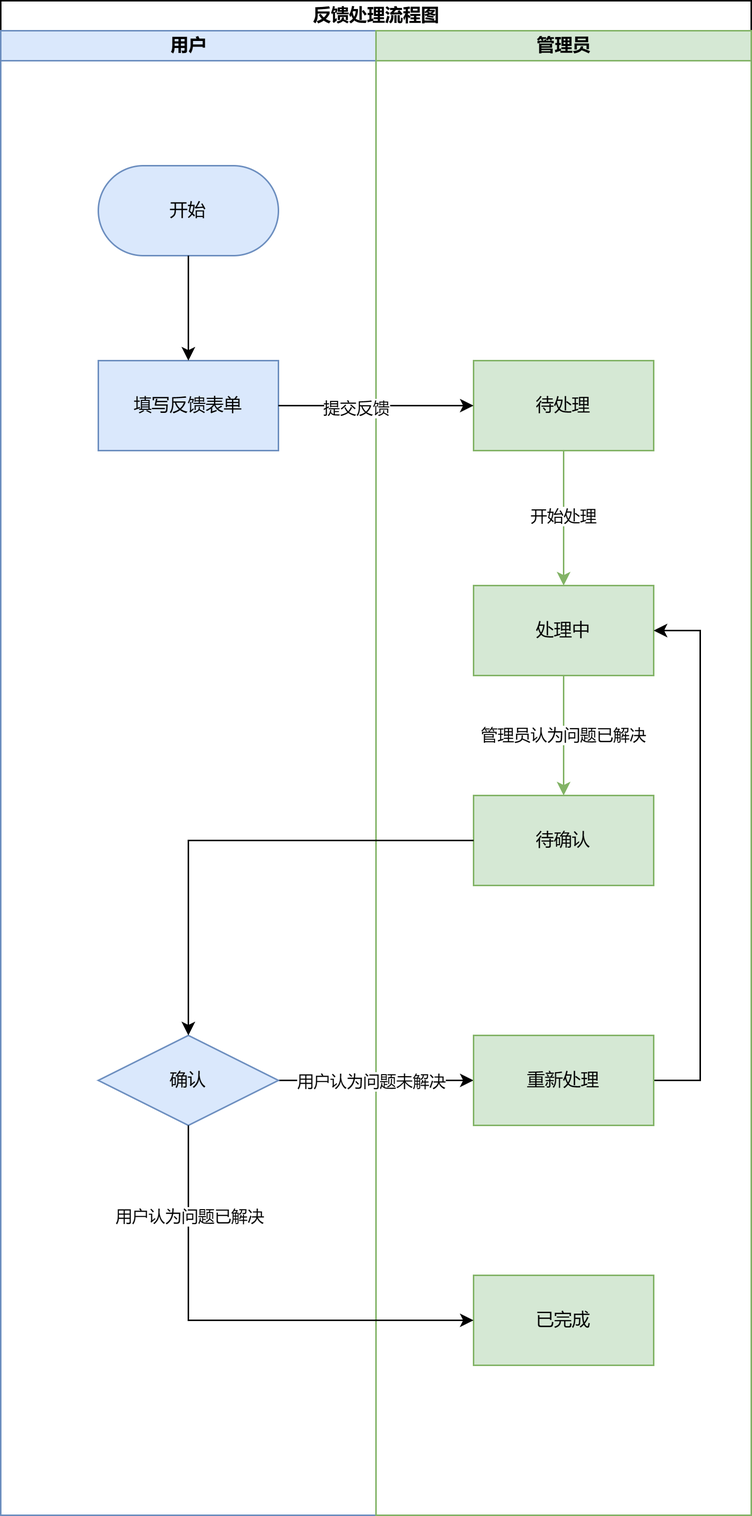
This is squirrel-feedback/松鼠反馈模块业务流程图.png from lIouis/draw.io, a draw.io export, as it was before one commit. Source tidied: cells renumbered, new cells last; positions are measured from the earlier drawing's top-left corner, leaving out a move shared by most shapes.
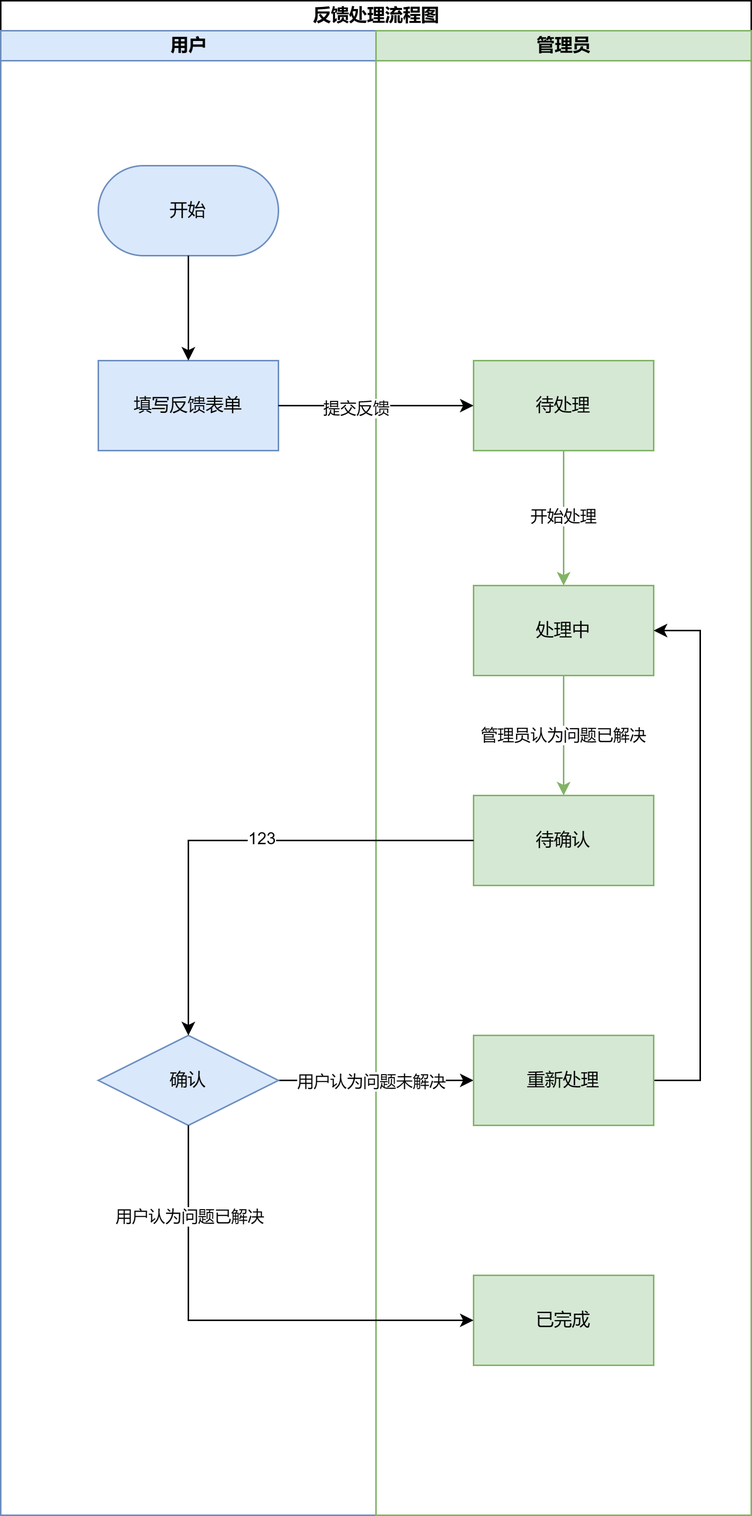
After the commit.

Commit message:
更新松鼠反馈模块业务流程图.png

What changed in the source:
```diff
@@ -68,6 +68,9 @@
     <mxCell id="20" style="edgeStyle=orthogonalEdgeStyle;rounded=0;jettySize=auto;html=1;" parent="5" edge="1" source="11" target="15">
       <mxGeometry relative="1" as="geometry" />
     </mxCell>
+    <mxCell id="26" value="123" style="edgeLabel;html=1;align=center;verticalAlign=middle;" parent="20" vertex="1">
+      <mxGeometry x="-0.11" y="-2" relative="1" as="geometry" />
+    </mxCell>
     <mxCell id="21" value="填写反馈表单" style="rounded=0;whiteSpace=wrap;html=1;flipV=0;flipH=1;fillColor=#dae8fc;strokeColor=#6c8ebf;" parent="5" vertex="1">
       <mxGeometry x="-185" y="220" width="120" height="60" as="geometry" />
     </mxCell>
```
